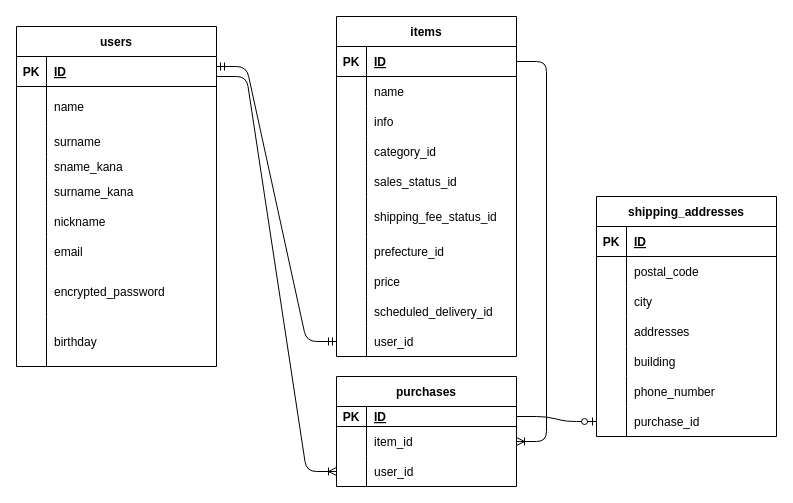
kuragekamaboko/furima-38998 keeps this draw.io diagram as db.dio. Above is the earlier version. Source tidied: cells renumbered, new cells numbered last; positions are measured from the earlier drawing's top-left corner, leaving out a move shared by most shapes. Both pictures are drawn from the tidied source at 100%, with x=0, y=0 at pixel (16, 16).
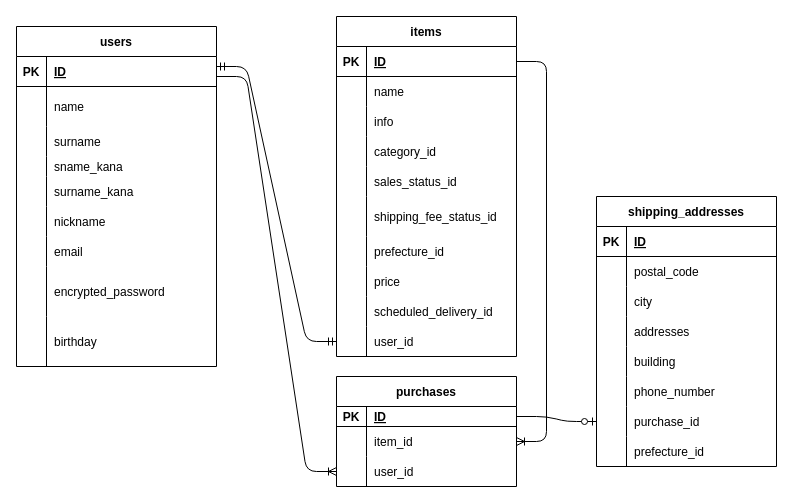
Above is the later version.

Commit message (it also covers changes not shown here):
指摘事項の修正

The edit, as a diff of the source:
```diff
@@
     <mxCell id="61" value="shipping_addresses" style="shape=table;startSize=30;childLayout=tableLayout;rowLines=0;fontStyle=1;align=center;" parent="1" vertex="1">
-      <mxGeometry x="580" y="180" width="180" height="240" as="geometry" />
+      <mxGeometry x="580" y="180" width="180" height="270" as="geometry" />
     </mxCell>
@@
+    <mxCell id="97" style="shape=tableRow;horizontal=0;startSize=0;swimlaneHead=0;swimlaneBody=0;fillColor=none;top=0;left=0;right=0;bottom=0;" parent="61" vertex="1">
+      <mxGeometry y="240" width="180" height="30" as="geometry" />
+    </mxCell>
+    <mxCell id="98" style="shape=partialRectangle;fillColor=none;top=0;left=0;bottom=0;right=0;overflow=hidden;" parent="97" vertex="1">
+      <mxGeometry width="30" height="30" as="geometry" />
+    </mxCell>
+    <mxCell id="99" value="prefecture_id" style="shape=partialRectangle;fillColor=none;top=0;left=0;bottom=0;right=0;align=left;spacingLeft=6;overflow=hidden;" parent="97" vertex="1">
+      <mxGeometry x="30" width="150" height="30" as="geometry" />
+    </mxCell>
```
